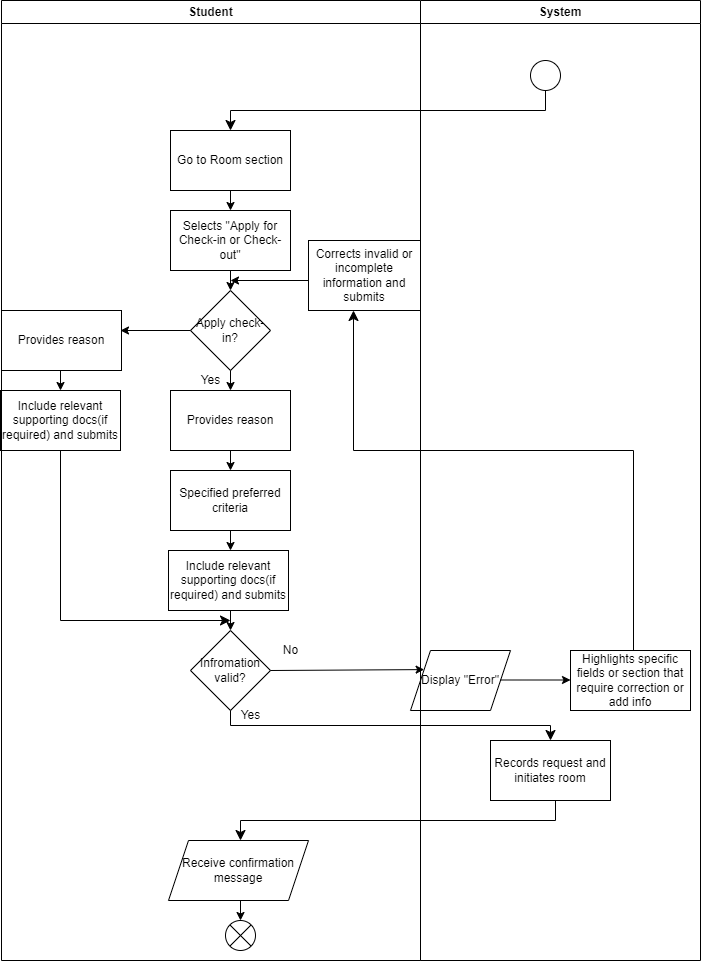
drshahizan/software-engineering keeps this draw.io diagram as project/drawio/stakeholder/activity diagram/uc13.png. Above is the earlier version. Source tidied: cells renumbered, new cells last; positions are measured from the earlier drawing's top-left corner, leaving out a move shared by most shapes. Its diagram source:
```xml
<mxGraphModel>
  <root>
    <mxCell id="0" />
    <mxCell id="1" parent="0" />
    <mxCell id="2" style="ellipse;" parent="1" vertex="1">
      <mxGeometry x="530" y="60" width="30" height="30" as="geometry" />
    </mxCell>
    <mxCell id="3" style="edgeStyle=elbowEdgeStyle;elbow=vertical;endArrow=classic;html=1;curved=0;rounded=0;endSize=8;startSize=8;" parent="1" edge="1">
      <mxGeometry relative="1" as="geometry">
        <mxPoint x="545" y="90" as="sourcePoint" />
        <mxPoint x="230" y="130" as="targetPoint" />
      </mxGeometry>
    </mxCell>
    <mxCell id="4" value="Go to Room section" style="rounded=0;whiteSpace=wrap;html=1;" parent="1" vertex="1">
      <mxGeometry x="170" y="130" width="120" height="60" as="geometry" />
    </mxCell>
    <mxCell id="5" style="endArrow=classic;html=1;" parent="1" edge="1">
      <mxGeometry relative="1" as="geometry">
        <mxPoint x="230" y="190" as="sourcePoint" />
        <mxPoint x="230" y="210" as="targetPoint" />
      </mxGeometry>
    </mxCell>
    <mxCell id="6" value="Selects &quot;Apply for Check-in or Check-out&quot;" style="rounded=0;whiteSpace=wrap;html=1;" parent="1" vertex="1">
      <mxGeometry x="170" y="210" width="120" height="60" as="geometry" />
    </mxCell>
    <mxCell id="7" style="endArrow=classic;html=1;" parent="1" edge="1">
      <mxGeometry relative="1" as="geometry">
        <mxPoint x="230" y="270" as="sourcePoint" />
        <mxPoint x="230" y="290" as="targetPoint" />
      </mxGeometry>
    </mxCell>
    <mxCell id="8" value="Apply check-in?" style="rhombus;whiteSpace=wrap;html=1;" parent="1" vertex="1">
      <mxGeometry x="190" y="290" width="80" height="80" as="geometry" />
    </mxCell>
    <mxCell id="9" style="endArrow=classic;html=1;" parent="1" edge="1">
      <mxGeometry relative="1" as="geometry">
        <mxPoint x="230" y="370" as="sourcePoint" />
        <mxPoint x="230" y="390" as="targetPoint" />
      </mxGeometry>
    </mxCell>
    <mxCell id="10" value="Yes" style="text;html=1;align=center;verticalAlign=middle;strokeColor=none;fillColor=none;" parent="1" vertex="1">
      <mxGeometry x="190" y="365" width="40" height="30" as="geometry" />
    </mxCell>
    <mxCell id="11" value="Provides reason" style="rounded=0;whiteSpace=wrap;html=1;" parent="1" vertex="1">
      <mxGeometry x="170" y="390" width="120" height="60" as="geometry" />
    </mxCell>
    <mxCell id="12" style="endArrow=classic;html=1;" parent="1" edge="1" target="13">
      <mxGeometry relative="1" as="geometry">
        <mxPoint x="230" y="450" as="sourcePoint" />
      </mxGeometry>
    </mxCell>
    <mxCell id="13" value="Specified preferred criteria" style="rounded=0;whiteSpace=wrap;html=1;" parent="1" vertex="1">
      <mxGeometry x="170" y="470" width="120" height="60" as="geometry" />
    </mxCell>
    <mxCell id="14" style="endArrow=classic;html=1;" parent="1" edge="1">
      <mxGeometry relative="1" as="geometry">
        <mxPoint x="230" y="530" as="sourcePoint" />
        <mxPoint x="230" y="550" as="targetPoint" />
      </mxGeometry>
    </mxCell>
    <mxCell id="15" value="Include relevant supporting docs(if required) and submits" style="rounded=0;whiteSpace=wrap;html=1;" parent="1" vertex="1">
      <mxGeometry x="168" y="550" width="120" height="60" as="geometry" />
    </mxCell>
    <mxCell id="16" style="endArrow=classic;html=1;" parent="1" edge="1">
      <mxGeometry relative="1" as="geometry">
        <mxPoint x="230" y="610" as="sourcePoint" />
        <mxPoint x="230" y="630" as="targetPoint" />
      </mxGeometry>
    </mxCell>
    <mxCell id="17" value="Infromation valid?" style="rhombus;whiteSpace=wrap;html=1;" parent="1" vertex="1">
      <mxGeometry x="190" y="630" width="80" height="80" as="geometry" />
    </mxCell>
    <mxCell id="18" style="edgeStyle=elbowEdgeStyle;elbow=vertical;endArrow=classic;html=1;curved=0;rounded=0;endSize=8;startSize=8;" parent="1" edge="1">
      <mxGeometry relative="1" as="geometry">
        <mxPoint x="230" y="710" as="sourcePoint" />
        <mxPoint x="550" y="740" as="targetPoint" />
      </mxGeometry>
    </mxCell>
    <mxCell id="19" value="Records request and initiates room" style="rounded=0;whiteSpace=wrap;html=1;" parent="1" vertex="1">
      <mxGeometry x="490" y="740" width="120" height="60" as="geometry" />
    </mxCell>
    <mxCell id="20" style="edgeStyle=elbowEdgeStyle;elbow=vertical;endArrow=classic;html=1;curved=0;rounded=0;endSize=8;startSize=8;" parent="1" edge="1">
      <mxGeometry relative="1" as="geometry">
        <mxPoint x="555" y="800" as="sourcePoint" />
        <mxPoint x="240" y="840" as="targetPoint" />
      </mxGeometry>
    </mxCell>
    <mxCell id="21" value="Receive confirmation message" style="shape=parallelogram;perimeter=parallelogramPerimeter;whiteSpace=wrap;html=1;fixedSize=1;" parent="1" vertex="1">
      <mxGeometry x="168" y="840" width="140" height="60" as="geometry" />
    </mxCell>
    <mxCell id="22" value="Yes" style="text;html=1;align=center;verticalAlign=middle;strokeColor=none;fillColor=none;" parent="1" vertex="1">
      <mxGeometry x="230" y="700" width="40" height="30" as="geometry" />
    </mxCell>
    <mxCell id="23" value="Provides reason" style="rounded=0;whiteSpace=wrap;html=1;" parent="1" vertex="1">
      <mxGeometry x="1" y="310" width="120" height="60" as="geometry" />
    </mxCell>
    <mxCell id="24" style="endArrow=classic;html=1;" parent="1" edge="1">
      <mxGeometry relative="1" as="geometry">
        <mxPoint x="60" y="370" as="sourcePoint" />
        <mxPoint x="60" y="390" as="targetPoint" />
      </mxGeometry>
    </mxCell>
    <mxCell id="25" value="Include relevant supporting docs(if required) and submits" style="rounded=0;whiteSpace=wrap;html=1;" parent="1" vertex="1">
      <mxGeometry y="390" width="120" height="60" as="geometry" />
    </mxCell>
    <mxCell id="26" style="edgeStyle=elbowEdgeStyle;elbow=vertical;endArrow=classic;html=1;curved=0;rounded=0;endSize=8;startSize=8;" parent="1" edge="1">
      <mxGeometry relative="1" as="geometry">
        <mxPoint x="60" y="450" as="sourcePoint" />
        <mxPoint x="230" y="620" as="targetPoint" />
        <Array as="points">
          <mxPoint x="110" y="620" />
        </Array>
      </mxGeometry>
    </mxCell>
    <mxCell id="27" style="endArrow=classic;html=1;exitX=0.908;exitY=0.333;exitDx=0;exitDy=0;exitPerimeter=0;" parent="1" edge="1">
      <mxGeometry relative="1" as="geometry">
        <mxPoint x="190" y="330" as="sourcePoint" />
        <mxPoint x="120" y="330" as="targetPoint" />
      </mxGeometry>
    </mxCell>
    <mxCell id="28" style="endArrow=classic;html=1;entryX=0;entryY=0.25;entryDx=0;entryDy=0;" parent="1" edge="1" target="30">
      <mxGeometry relative="1" as="geometry">
        <mxPoint x="270" y="670" as="sourcePoint" />
      </mxGeometry>
    </mxCell>
    <mxCell id="29" value="No" style="text;html=1;align=center;verticalAlign=middle;strokeColor=none;fillColor=none;" parent="1" vertex="1">
      <mxGeometry x="270" y="635" width="40" height="30" as="geometry" />
    </mxCell>
    <mxCell id="30" value="Display &quot;Error&quot;" style="shape=parallelogram;perimeter=parallelogramPerimeter;whiteSpace=wrap;html=1;fixedSize=1;" parent="1" vertex="1">
      <mxGeometry x="410" y="650" width="100" height="60" as="geometry" />
    </mxCell>
    <mxCell id="31" style="endArrow=classic;html=1;" parent="1" edge="1">
      <mxGeometry relative="1" as="geometry">
        <mxPoint x="500" y="679.5" as="sourcePoint" />
        <mxPoint x="570" y="679.5" as="targetPoint" />
      </mxGeometry>
    </mxCell>
    <mxCell id="32" value="Highlights specific fields or section that require correction or add info" style="rounded=0;whiteSpace=wrap;html=1;" parent="1" vertex="1">
      <mxGeometry x="570" y="650" width="120" height="60" as="geometry" />
    </mxCell>
    <mxCell id="33" style="edgeStyle=elbowEdgeStyle;elbow=vertical;endArrow=classic;html=1;curved=0;rounded=0;endSize=8;startSize=8;" parent="1" edge="1" target="37">
      <mxGeometry relative="1" as="geometry">
        <mxPoint x="633" y="650" as="sourcePoint" />
        <Array as="points">
          <mxPoint x="353" y="450" />
        </Array>
      </mxGeometry>
    </mxCell>
    <mxCell id="34" style="endArrow=classic;html=1;" parent="1" edge="1">
      <mxGeometry relative="1" as="geometry">
        <mxPoint x="310" y="280" as="sourcePoint" />
        <mxPoint x="230" y="280" as="targetPoint" />
      </mxGeometry>
    </mxCell>
    <mxCell id="35" style="endArrow=classic;html=1;" parent="1" edge="1">
      <mxGeometry relative="1" as="geometry">
        <mxPoint x="240" y="900" as="sourcePoint" />
        <mxPoint x="240" y="920" as="targetPoint" />
      </mxGeometry>
    </mxCell>
    <mxCell id="36" style="shape=sumEllipse;perimeter=ellipsePerimeter;whiteSpace=wrap;html=1;backgroundOutline=1;" parent="1" vertex="1">
      <mxGeometry x="225" y="920" width="30" height="30" as="geometry" />
    </mxCell>
    <mxCell id="37" value="Corrects invalid or incomplete information and submits" style="rounded=0;whiteSpace=wrap;html=1;" parent="1" vertex="1">
      <mxGeometry x="308" y="240" width="112" height="70" as="geometry" />
    </mxCell>
    <mxCell id="38" value="Student" style="swimlane;whiteSpace=wrap;html=1;" parent="1" vertex="1">
      <mxGeometry x="1" width="419" height="960" as="geometry" />
    </mxCell>
    <mxCell id="39" value="System" style="swimlane;whiteSpace=wrap;html=1;" parent="1" vertex="1">
      <mxGeometry x="420" width="280" height="960" as="geometry" />
    </mxCell>
  </root>
</mxGraphModel>
```
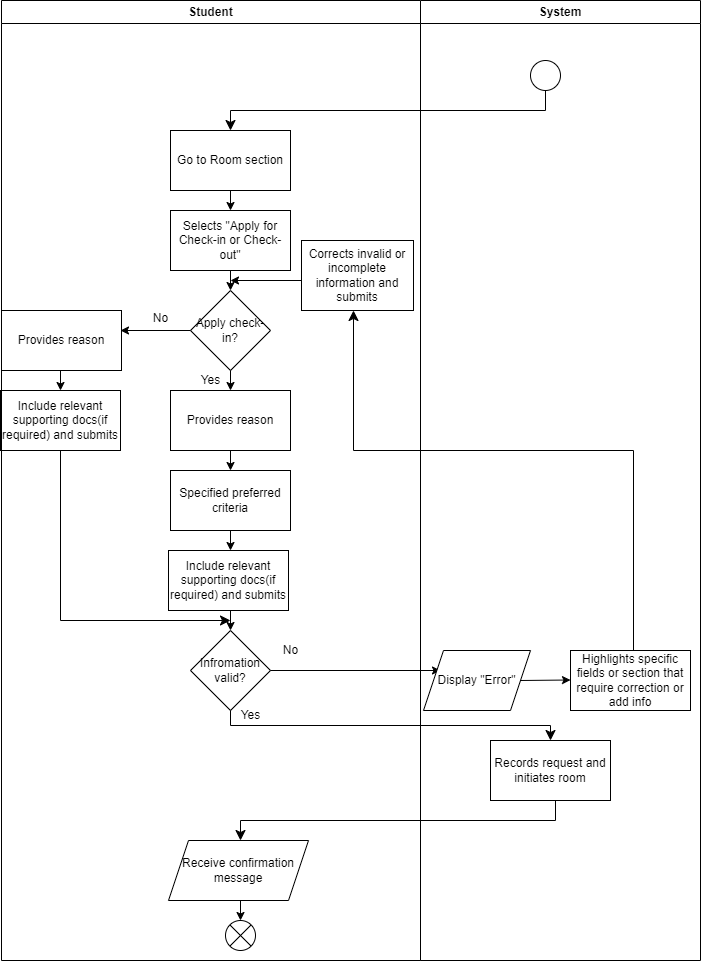
After the commit.

Diff of the diagram source:
```diff
@@ -118,20 +118,21 @@
         <mxPoint x="120" y="330" as="targetPoint" />
       </mxGeometry>
     </mxCell>
-    <mxCell id="28" style="endArrow=classic;html=1;entryX=0;entryY=0.25;entryDx=0;entryDy=0;" parent="1" edge="1" target="30">
+    <mxCell id="28" style="endArrow=classic;html=1;" parent="1" edge="1">
       <mxGeometry relative="1" as="geometry">
         <mxPoint x="270" y="670" as="sourcePoint" />
+        <mxPoint x="440" y="670" as="targetPoint" />
       </mxGeometry>
     </mxCell>
     <mxCell id="29" value="No" style="text;html=1;align=center;verticalAlign=middle;strokeColor=none;fillColor=none;" parent="1" vertex="1">
       <mxGeometry x="270" y="635" width="40" height="30" as="geometry" />
     </mxCell>
     <mxCell id="30" value="Display &quot;Error&quot;" style="shape=parallelogram;perimeter=parallelogramPerimeter;whiteSpace=wrap;html=1;fixedSize=1;" parent="1" vertex="1">
-      <mxGeometry x="410" y="650" width="100" height="60" as="geometry" />
+      <mxGeometry x="423" y="650" width="107" height="60" as="geometry" />
     </mxCell>
     <mxCell id="31" style="endArrow=classic;html=1;" parent="1" edge="1">
       <mxGeometry relative="1" as="geometry">
-        <mxPoint x="500" y="679.5" as="sourcePoint" />
+        <mxPoint x="520" y="680" as="sourcePoint" />
         <mxPoint x="570" y="679.5" as="targetPoint" />
       </mxGeometry>
     </mxCell>
@@ -162,7 +163,7 @@
       <mxGeometry x="225" y="920" width="30" height="30" as="geometry" />
     </mxCell>
     <mxCell id="37" value="Corrects invalid or incomplete information and submits" style="rounded=0;whiteSpace=wrap;html=1;" parent="1" vertex="1">
-      <mxGeometry x="308" y="240" width="112" height="70" as="geometry" />
+      <mxGeometry x="301" y="240" width="112" height="70" as="geometry" />
     </mxCell>
     <mxCell id="38" value="Student" style="swimlane;whiteSpace=wrap;html=1;" parent="1" vertex="1">
       <mxGeometry x="1" width="419" height="960" as="geometry" />
@@ -170,5 +171,8 @@
     <mxCell id="39" value="System" style="swimlane;whiteSpace=wrap;html=1;" parent="1" vertex="1">
       <mxGeometry x="420" width="280" height="960" as="geometry" />
     </mxCell>
+    <mxCell id="40" value="No" style="text;html=1;align=center;verticalAlign=middle;strokeColor=none;fillColor=none;" parent="1" vertex="1">
+      <mxGeometry x="140" y="303" width="40" height="30" as="geometry" />
+    </mxCell>
   </root>
 </mxGraphModel>
```
